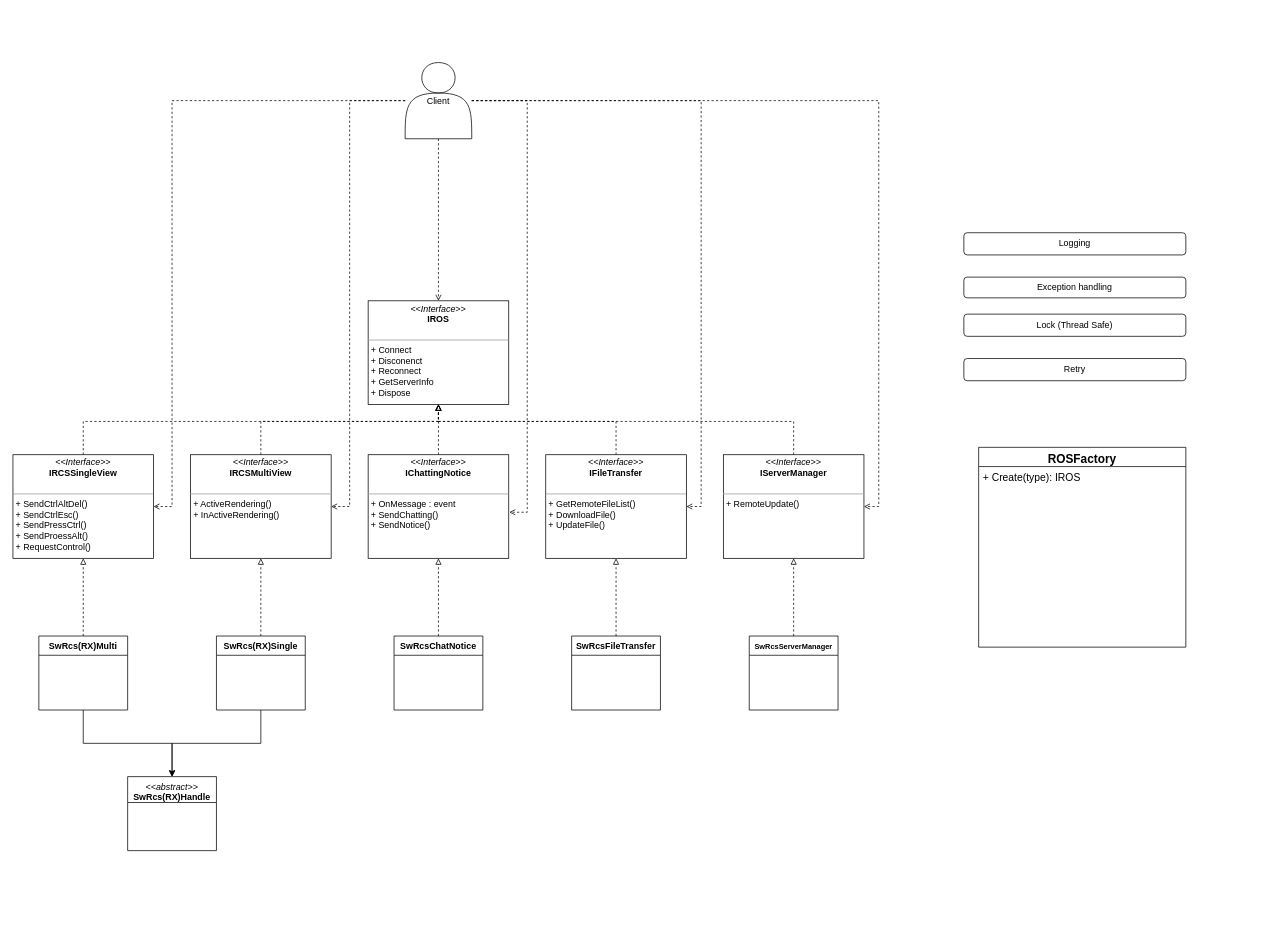
The draw.io diagram etc/ROS_Interface.drawio in rhkdguskim/Study, before the edit. Source tidied: cells renumbered, new cells numbered last; positions are measured from the earlier drawing's top-left corner, leaving out a move shared by most shapes. Both pictures are drawn from the tidied source at 74%, with x=0, y=0 at pixel (13, 62).
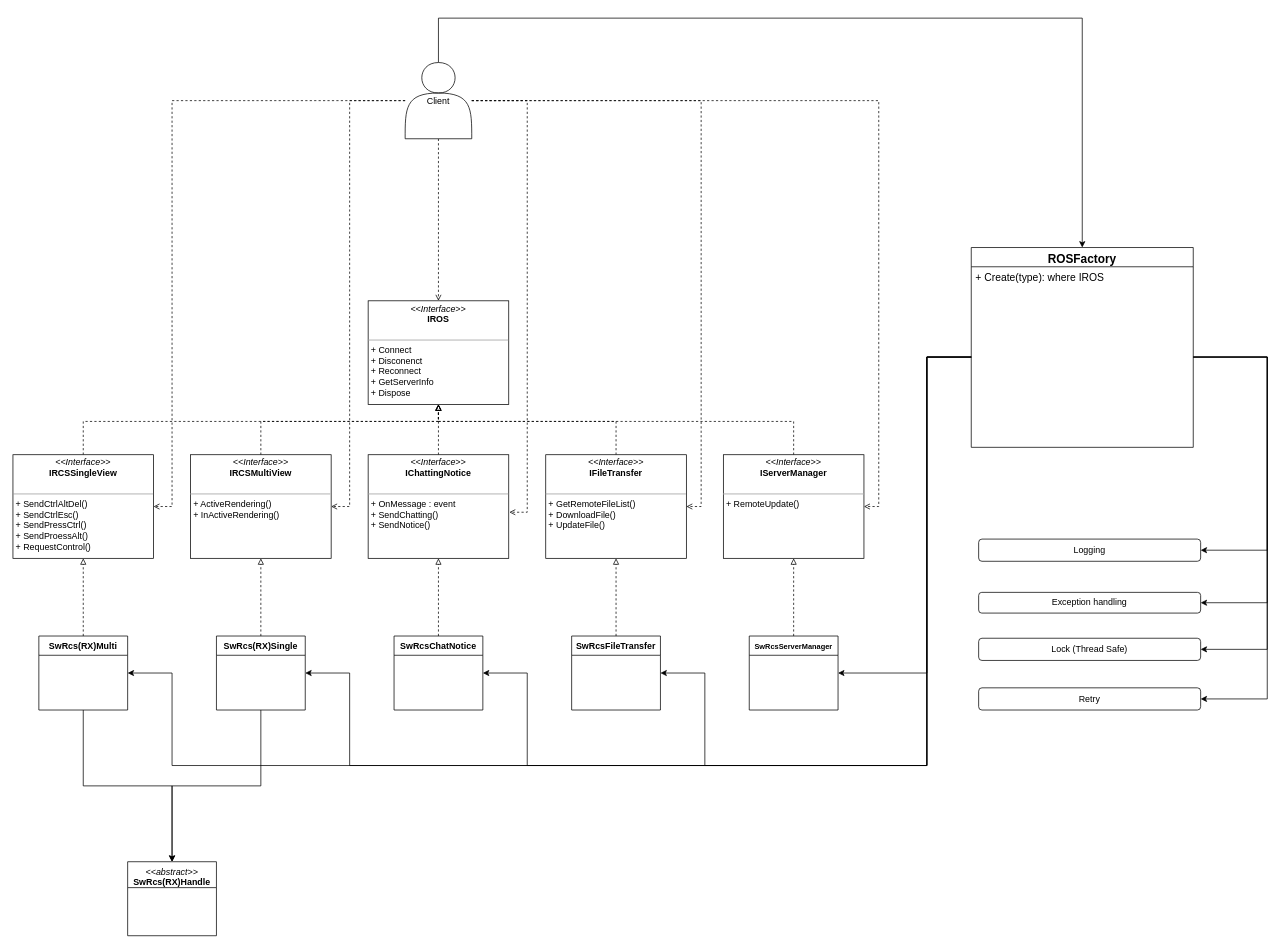
The same diagram, later.

The change refers to these unchanged cells:
```xml
<mxCell id="16" value="SwRcs(RX)Multi" style="swimlane;fontStyle=1;align=center;verticalAlign=top;horizontal=1;startSize=26;whiteSpace=wrap;html=1;" parent="1" vertex="1">
  <mxGeometry x="35" y="775" width="120" height="100" as="geometry" />
</mxCell>
<mxCell id="19" value="SwRcs(RX)Single" style="swimlane;fontStyle=1;align=center;verticalAlign=top;horizontal=1;startSize=26;whiteSpace=wrap;html=1;" parent="1" vertex="1">
  <mxGeometry x="275" y="775" width="120" height="100" as="geometry" />
</mxCell>
<mxCell id="21" value="SwRcsChatNotice" style="swimlane;fontStyle=1;align=center;verticalAlign=top;horizontal=1;startSize=26;whiteSpace=wrap;html=1;" parent="1" vertex="1">
  <mxGeometry x="515" y="775" width="120" height="100" as="geometry" />
</mxCell>
<mxCell id="23" value="SwRcsFileTransfer" style="swimlane;fontStyle=1;align=center;verticalAlign=top;horizontal=1;startSize=26;whiteSpace=wrap;html=1;" parent="1" vertex="1">
  <mxGeometry x="755" y="775" width="120" height="100" as="geometry" />
</mxCell>
<mxCell id="25" value="&lt;font style=&quot;font-size: 10px;&quot;&gt;SwRcsServerManager&lt;/font&gt;" style="swimlane;fontStyle=1;align=center;verticalAlign=top;horizontal=1;startSize=26;whiteSpace=wrap;html=1;" parent="1" vertex="1">
  <mxGeometry x="995" y="775" width="120" height="100" as="geometry" />
</mxCell>
<mxCell id="31" value="Client" style="shape=actor;whiteSpace=wrap;html=1;" parent="1" vertex="1">
  <mxGeometry x="530" width="90" height="103" as="geometry" />
</mxCell>
```

Diff of the diagram source:
```diff
@@
     <mxCell id="13" value="&lt;span style=&quot;font-weight: normal;&quot;&gt;&lt;i&gt;&amp;lt;&amp;lt;abstract&amp;gt;&amp;gt;&lt;/i&gt;&lt;/span&gt;&lt;br&gt;SwRcs(RX)Handle" style="swimlane;fontStyle=1;align=center;verticalAlign=top;horizontal=1;startSize=35;whiteSpace=wrap;html=1;" parent="1" vertex="1">
-      <mxGeometry x="155" y="965" width="120" height="100" as="geometry" />
+      <mxGeometry x="155" y="1080" width="120" height="100" as="geometry" />
     </mxCell>
@@
+    <mxCell id="39" style="edgeStyle=orthogonalEdgeStyle;rounded=0;jettySize=auto;html=1;entryX=0.5;entryY=0;entryDx=0;entryDy=0;" parent="1" edge="1" source="31" target="36">
+      <mxGeometry relative="1" as="geometry">
+        <Array as="points">
+          <mxPoint x="575" y="-60" />
+          <mxPoint x="1445" y="-60" />
+        </Array>
+      </mxGeometry>
+    </mxCell>
@@
     <mxCell id="32" value="Logging" style="rounded=1;whiteSpace=wrap;html=1;" parent="1" vertex="1">
-      <mxGeometry x="1285" y="230" width="300" height="30" as="geometry" />
+      <mxGeometry x="1305" y="644" width="300" height="30" as="geometry" />
     </mxCell>
     <mxCell id="33" value="Exception handling" style="rounded=1;whiteSpace=wrap;html=1;" parent="1" vertex="1">
-      <mxGeometry x="1285" y="290" width="300" height="28" as="geometry" />
+      <mxGeometry x="1305" y="716" width="300" height="28" as="geometry" />
     </mxCell>
     <mxCell id="34" value="Retry" style="rounded=1;whiteSpace=wrap;html=1;" parent="1" vertex="1">
-      <mxGeometry x="1285" y="400" width="300" height="30" as="geometry" />
+      <mxGeometry x="1305" y="845" width="300" height="30" as="geometry" />
     </mxCell>
     <mxCell id="35" value="Lock (Thread Safe)" style="rounded=1;whiteSpace=wrap;html=1;" parent="1" vertex="1">
-      <mxGeometry x="1285" y="340" width="300" height="30" as="geometry" />
+      <mxGeometry x="1305" y="778" width="300" height="30" as="geometry" />
     </mxCell>
     <mxCell id="36" value="&lt;font style=&quot;font-size: 16px;&quot;&gt;ROSFactory&lt;/font&gt;" style="swimlane;fontStyle=1;align=center;verticalAlign=top;horizontal=1;startSize=26;whiteSpace=wrap;html=1;" parent="1" vertex="1">
-      <mxGeometry x="1305" y="520" width="280" height="270" as="geometry" />
+      <mxGeometry x="1295" y="250" width="300" height="270" as="geometry" />
     </mxCell>
-    <mxCell id="37" value="&lt;font style=&quot;font-size: 14px;&quot;&gt;+ Create(type): IROS&lt;/font&gt;" style="text;strokeColor=none;fillColor=none;align=left;verticalAlign=top;spacingLeft=4;spacingRight=4;overflow=hidden;points=[[0,0.5],[1,0.5]];portConstraint=eastwest;whiteSpace=wrap;html=1;" parent="36" vertex="1">
-      <mxGeometry y="26" width="280" height="244" as="geometry" />
+    <mxCell id="37" value="&lt;font style=&quot;font-size: 14px;&quot;&gt;+ Create(type): where IROS&lt;/font&gt;" style="text;strokeColor=none;fillColor=none;align=left;verticalAlign=top;spacingLeft=4;spacingRight=4;overflow=hidden;points=[[0,0.5],[1,0.5]];portConstraint=eastwest;whiteSpace=wrap;html=1;" parent="36" vertex="1">
+      <mxGeometry y="26" width="300" height="244" as="geometry" />
     </mxCell>
@@
+    <mxCell id="40" style="edgeStyle=orthogonalEdgeStyle;rounded=0;jettySize=auto;html=1;entryX=1;entryY=0.5;entryDx=0;entryDy=0;endArrow=classic;endFill=1;" parent="1" edge="1" source="37" target="25">
+      <mxGeometry relative="1" as="geometry">
+        <Array as="points">
+          <mxPoint x="1235" y="398" />
+          <mxPoint x="1235" y="825" />
+        </Array>
+      </mxGeometry>
+    </mxCell>
+    <mxCell id="41" style="edgeStyle=orthogonalEdgeStyle;rounded=0;jettySize=auto;html=1;exitX=0;exitY=0.5;exitDx=0;exitDy=0;entryX=1;entryY=0.5;entryDx=0;entryDy=0;endArrow=classic;endFill=1;" parent="1" edge="1" source="37" target="23">
+      <mxGeometry relative="1" as="geometry">
+        <Array as="points">
+          <mxPoint x="1235" y="398" />
+          <mxPoint x="1235" y="950" />
+          <mxPoint x="935" y="950" />
+          <mxPoint x="935" y="825" />
+        </Array>
+      </mxGeometry>
+    </mxCell>
+    <mxCell id="42" style="edgeStyle=orthogonalEdgeStyle;rounded=0;jettySize=auto;html=1;entryX=1;entryY=0.5;entryDx=0;entryDy=0;endArrow=classic;endFill=1;" parent="1" edge="1" source="37" target="21">
+      <mxGeometry relative="1" as="geometry">
+        <Array as="points">
+          <mxPoint x="1235" y="398" />
+          <mxPoint x="1235" y="950" />
+          <mxPoint x="695" y="950" />
+          <mxPoint x="695" y="825" />
+        </Array>
+      </mxGeometry>
+    </mxCell>
+    <mxCell id="43" style="edgeStyle=orthogonalEdgeStyle;rounded=0;jettySize=auto;html=1;" parent="1" edge="1" source="37" target="32">
+      <mxGeometry relative="1" as="geometry">
+        <Array as="points">
+          <mxPoint x="1695" y="398" />
+          <mxPoint x="1695" y="659" />
+        </Array>
+      </mxGeometry>
+    </mxCell>
+    <mxCell id="44" style="edgeStyle=orthogonalEdgeStyle;rounded=0;jettySize=auto;html=1;exitX=1;exitY=0.5;exitDx=0;exitDy=0;" parent="1" edge="1" source="37" target="33">
+      <mxGeometry relative="1" as="geometry">
+        <Array as="points">
+          <mxPoint x="1695" y="398" />
+          <mxPoint x="1695" y="730" />
+        </Array>
+      </mxGeometry>
+    </mxCell>
+    <mxCell id="45" style="edgeStyle=orthogonalEdgeStyle;rounded=0;jettySize=auto;html=1;" parent="1" edge="1" source="37" target="35">
+      <mxGeometry relative="1" as="geometry">
+        <Array as="points">
+          <mxPoint x="1695" y="398" />
+          <mxPoint x="1695" y="793" />
+        </Array>
+      </mxGeometry>
+    </mxCell>
+    <mxCell id="46" style="edgeStyle=orthogonalEdgeStyle;rounded=0;jettySize=auto;html=1;" parent="1" edge="1" source="37" target="34">
+      <mxGeometry relative="1" as="geometry">
+        <Array as="points">
+          <mxPoint x="1695" y="398" />
+          <mxPoint x="1695" y="860" />
+        </Array>
+      </mxGeometry>
+    </mxCell>
+    <mxCell id="47" style="edgeStyle=orthogonalEdgeStyle;rounded=0;jettySize=auto;html=1;entryX=1;entryY=0.5;entryDx=0;entryDy=0;endArrow=classic;endFill=1;" parent="1" edge="1" source="37" target="19">
+      <mxGeometry relative="1" as="geometry">
+        <Array as="points">
+          <mxPoint x="1235" y="398" />
+          <mxPoint x="1235" y="950" />
+          <mxPoint x="455" y="950" />
+          <mxPoint x="455" y="825" />
+        </Array>
+      </mxGeometry>
+    </mxCell>
+    <mxCell id="48" style="edgeStyle=orthogonalEdgeStyle;rounded=0;jettySize=auto;html=1;entryX=1;entryY=0.5;entryDx=0;entryDy=0;endArrow=classic;endFill=1;" parent="1" edge="1" source="37" target="16">
+      <mxGeometry relative="1" as="geometry">
+        <Array as="points">
+          <mxPoint x="1235" y="398" />
+          <mxPoint x="1235" y="950" />
+          <mxPoint x="215" y="950" />
+          <mxPoint x="215" y="825" />
+        </Array>
+      </mxGeometry>
+    </mxCell>
```
